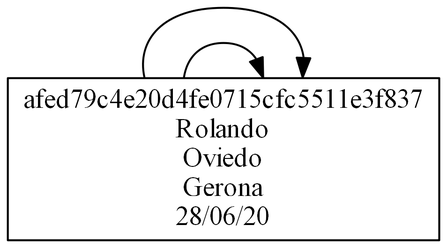
Earlier version of the Graphviz export [EDD]Proyecto2/Bloc_Viaje.png (Pegre369/-EDD-Proyecto2_201701187_201706357). Its source is kept beside it as [EDD]Proyecto2/Bloc_Viaje.dot.
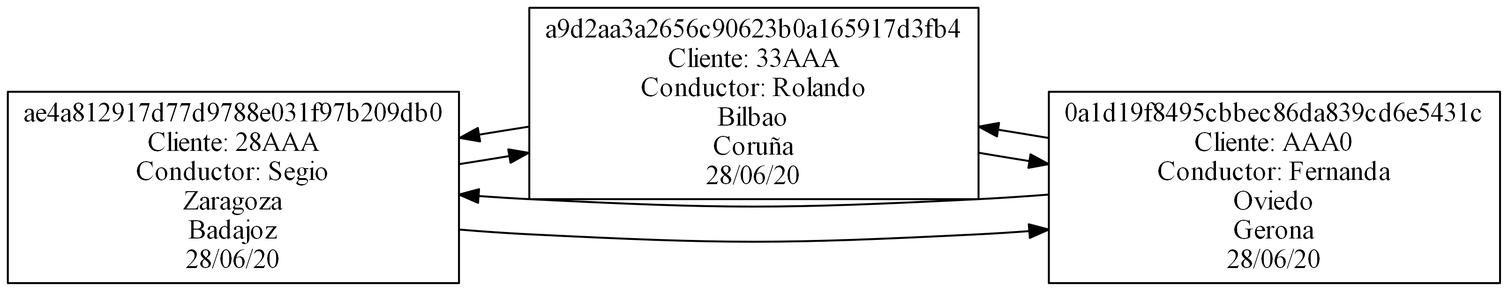
Above is the later version.

Change to the diagram source:
```diff
@@ -2,11 +2,28 @@
  rankdir=LR
  node[shape=box];
 graph [ dpi = 300 ];
-Dafed79c4e20d4fe0715cfc5511e3f837[label="afed79c4e20d4fe0715cfc5511e3f837
-Rolando
+Dae4a812917d77d9788e031f97b209db0[label="ae4a812917d77d9788e031f97b209db0
+Cliente: 28AAA
+Conductor: Segio
+Zaragoza
+Badajoz
+28/06/20"];
+Da9d2aa3a2656c90623b0a165917d3fb4[label="a9d2aa3a2656c90623b0a165917d3fb4
+Cliente: 33AAA
+Conductor: Rolando
+Bilbao
+Coruña
+28/06/20"];
+D0a1d19f8495cbbec86da839cd6e5431c[label="0a1d19f8495cbbec86da839cd6e5431c
+Cliente: AAA0
+Conductor: Fernanda
 Oviedo
 Gerona
 28/06/20"];
-Dafed79c4e20d4fe0715cfc5511e3f837->Dafed79c4e20d4fe0715cfc5511e3f837
-Dafed79c4e20d4fe0715cfc5511e3f837->Dafed79c4e20d4fe0715cfc5511e3f837
+Dae4a812917d77d9788e031f97b209db0->Da9d2aa3a2656c90623b0a165917d3fb4
+Dae4a812917d77d9788e031f97b209db0->D0a1d19f8495cbbec86da839cd6e5431c
+Da9d2aa3a2656c90623b0a165917d3fb4->D0a1d19f8495cbbec86da839cd6e5431c
+Da9d2aa3a2656c90623b0a165917d3fb4->Dae4a812917d77d9788e031f97b209db0
+D0a1d19f8495cbbec86da839cd6e5431c->Dae4a812917d77d9788e031f97b209db0
+D0a1d19f8495cbbec86da839cd6e5431c->Da9d2aa3a2656c90623b0a165917d3fb4
 }
```
